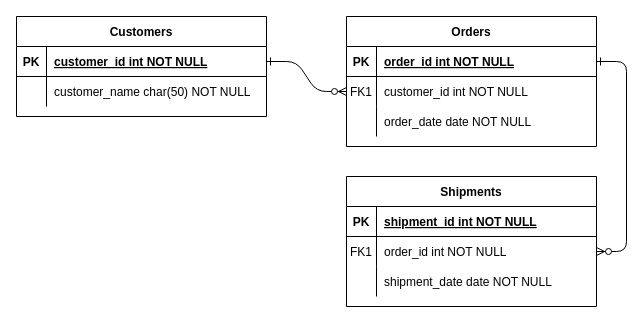
Above: Untitled Diagram.drawio in itsjenm/Module-5_Database-Fundamentals (draw.io), before the change. Source tidied: cells renumbered, new cells numbered last; positions are measured from the earlier drawing's top-left corner, leaving out a move shared by most shapes. Both pictures are drawn from the tidied source at 100%, with x=0, y=0 at pixel (16, 16).
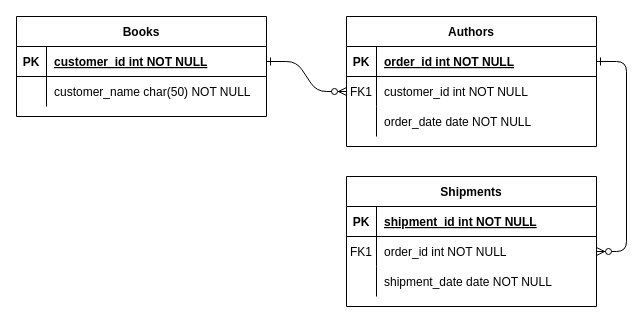
The same page after the edit.

What changed in the source:
```diff
@@
-    <mxCell id="4" value="Orders" style="shape=table;startSize=30;childLayout=tableLayout;rowLines=0;fontStyle=1;align=center;" parent="1" vertex="1">
+    <mxCell id="4" value="Authors" style="shape=table;startSize=30;childLayout=tableLayout;rowLines=0;fontStyle=1;align=center;" parent="1" vertex="1">
       <mxGeometry x="330" width="250" height="130" as="geometry" />
     </mxCell>
@@
-    <mxCell id="24" value="Customers" style="shape=table;startSize=30;childLayout=tableLayout;rowLines=0;fontStyle=1;align=center;" parent="1" vertex="1">
+    <mxCell id="24" value="Books" style="shape=table;startSize=30;childLayout=tableLayout;rowLines=0;fontStyle=1;align=center;" parent="1" vertex="1">
       <mxGeometry width="250" height="100" as="geometry" />
     </mxCell>
```
